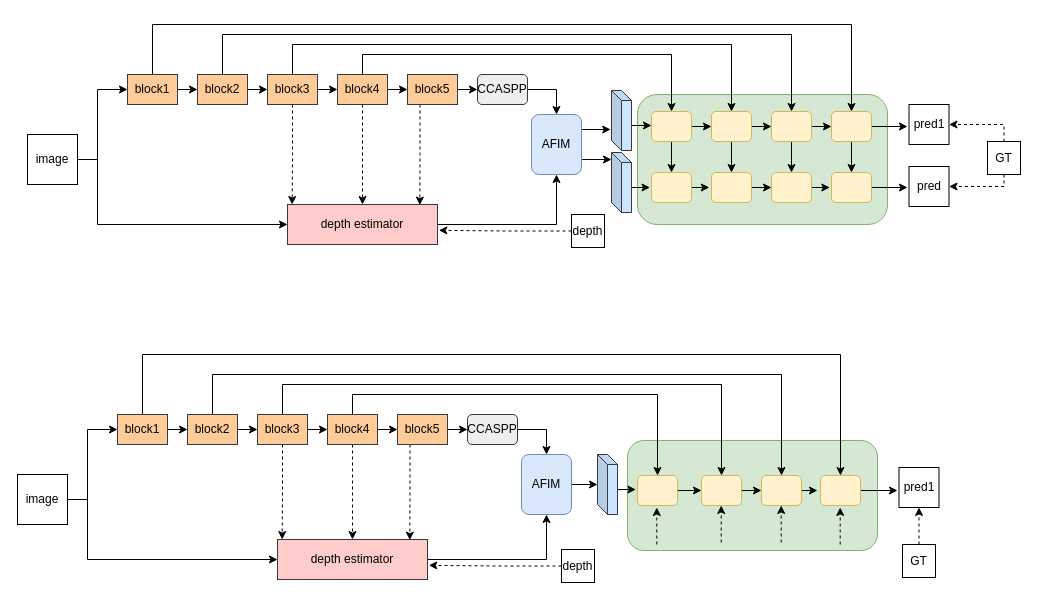
The draw.io diagram uta.drawio in Hymhh/hymhh, before the edit. Source tidied: cells renumbered, new cells numbered last; positions are measured from the earlier drawing's top-left corner, leaving out a move shared by most shapes. Both pictures are drawn from the tidied source at 100%, with x=0, y=0 at pixel (17, 24).
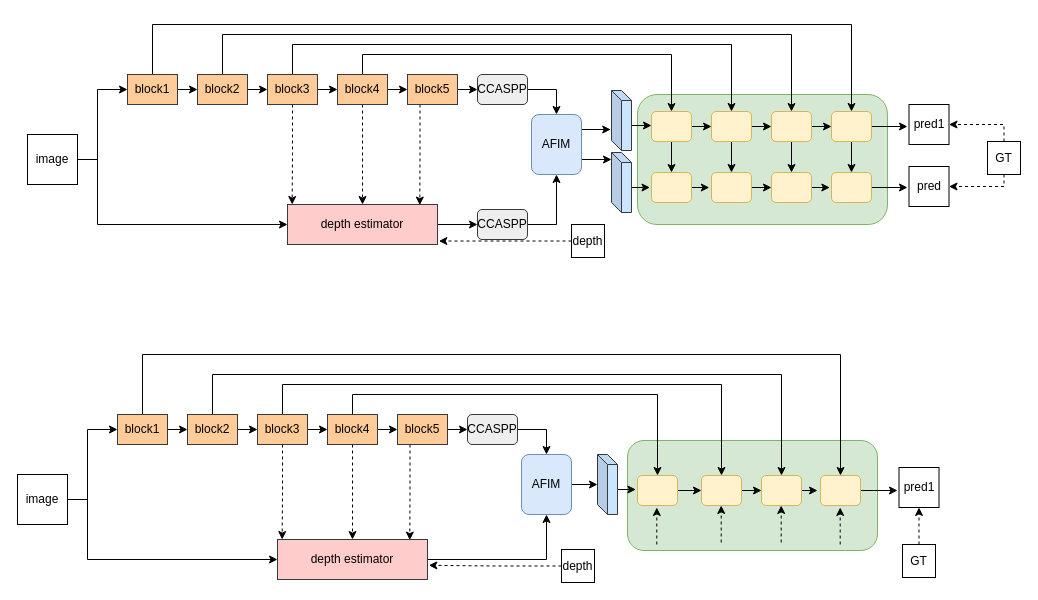
Above is the later version.

Unchanged cells that the change refers to:
```xml
<mxCell id="25" value="depth estimator" style="rounded=0;whiteSpace=wrap;html=1;fillColor=#ffcccc;strokeColor=#36393d;" parent="1" vertex="1">
  <mxGeometry x="270" y="180" width="150" height="40" as="geometry" />
</mxCell>
<mxCell id="28" value="AFIM" style="rounded=1;whiteSpace=wrap;html=1;fillColor=#dae8fc;strokeColor=#6c8ebf;" parent="1" vertex="1">
  <mxGeometry x="514" y="90" width="50" height="60" as="geometry" />
</mxCell>
```

Diff of the diagram source:
```diff
@@
-    <mxCell id="24" style="edgeStyle=orthogonalEdgeStyle;rounded=0;jettySize=auto;html=1;exitX=1;exitY=0.5;exitDx=0;exitDy=0;entryX=0.5;entryY=1;entryDx=0;entryDy=0;" parent="1" edge="1" source="25" target="28">
-      <mxGeometry relative="1" as="geometry" />
-    </mxCell>
+    <mxCell id="107" style="edgeStyle=orthogonalEdgeStyle;rounded=0;jettySize=auto;html=1;exitX=1;exitY=0.5;exitDx=0;exitDy=0;entryX=0;entryY=0.5;entryDx=0;entryDy=0;" parent="1" edge="1" source="25" target="109">
+      <mxGeometry relative="1" as="geometry" />
+    </mxCell>
@@
-    <mxCell id="56" style="edgeStyle=orthogonalEdgeStyle;rounded=0;jettySize=auto;html=1;exitX=0;exitY=0.5;exitDx=0;exitDy=0;entryX=1.009;entryY=0.646;entryDx=0;entryDy=0;entryPerimeter=0;dashed=1;" parent="1" edge="1" source="57" target="25">
+    <mxCell id="56" style="edgeStyle=orthogonalEdgeStyle;rounded=0;jettySize=auto;html=1;exitX=0;exitY=0.5;exitDx=0;exitDy=0;entryX=1.009;entryY=0.913;entryDx=0;entryDy=0;entryPerimeter=0;dashed=1;" parent="1" edge="1" source="57" target="25">
       <mxGeometry relative="1" as="geometry" />
     </mxCell>
     <mxCell id="57" value="depth" style="whiteSpace=wrap;html=1;" parent="1" vertex="1">
-      <mxGeometry x="554" y="190" width="33" height="33" as="geometry" />
+      <mxGeometry x="554" y="200" width="33" height="33" as="geometry" />
     </mxCell>
@@
+    <mxCell id="108" style="edgeStyle=orthogonalEdgeStyle;rounded=0;jettySize=auto;html=1;exitX=1;exitY=0.5;exitDx=0;exitDy=0;entryX=0.5;entryY=1;entryDx=0;entryDy=0;" parent="1" edge="1" source="109" target="28">
+      <mxGeometry relative="1" as="geometry" />
+    </mxCell>
+    <mxCell id="109" value="CCASPP" style="rounded=1;whiteSpace=wrap;html=1;fillColor=#eeeeee;strokeColor=#36393d;" parent="1" vertex="1">
+      <mxGeometry x="460" y="185" width="50" height="30" as="geometry" />
+    </mxCell>
```
